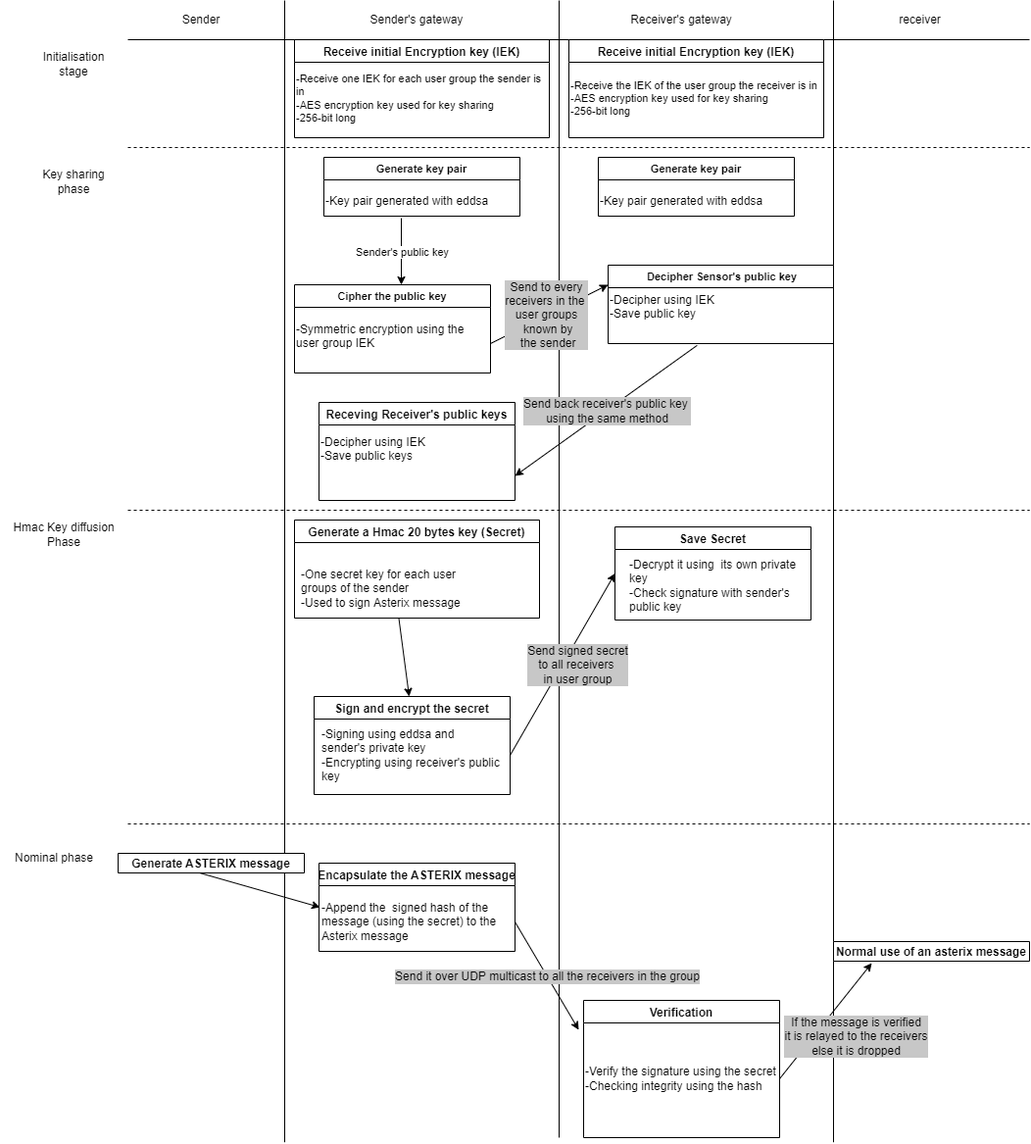
Above: schema/AsterixPOCschema.drawio.png in KirrimK/ASTERIX_cat0_sec_layer (draw.io), before the change. Source tidied: cells renumbered, new cells last; positions are measured from the earlier drawing's top-left corner, leaving out a move shared by most shapes.
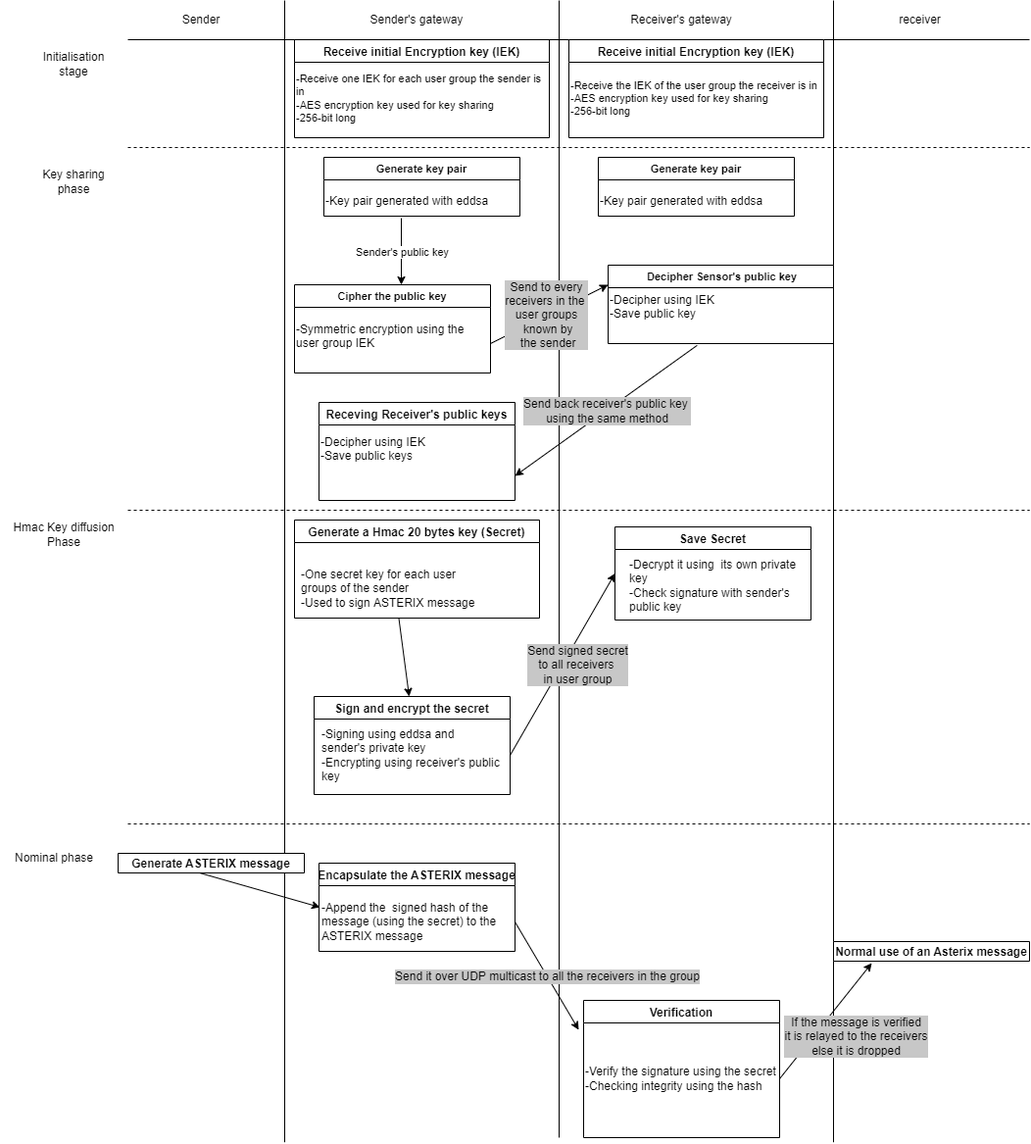
After the commit.

Change to the diagram source:
```diff
@@ -117,7 +117,7 @@
     <mxCell id="33" value="Generate a Hmac 20 bytes key (Secret)" style="swimlane;labelBackgroundColor=none;fontSize=12;" parent="1" vertex="1">
       <mxGeometry x="300" y="530" width="250" height="100" as="geometry" />
     </mxCell>
-    <mxCell id="34" value="&lt;div&gt;-One secret key for each user groups of the sender&lt;/div&gt;&lt;div&gt;-Used to sign Asterix message&lt;br&gt;&lt;/div&gt;" style="text;html=1;strokeColor=none;fillColor=none;align=left;verticalAlign=middle;whiteSpace=wrap;rounded=0;labelBackgroundColor=#FFFFFF;fontSize=12;" parent="33" vertex="1">
+    <mxCell id="34" value="&lt;div&gt;-One secret key for each user groups of the sender&lt;/div&gt;&lt;div&gt;-Used to sign ASTERIX message&lt;br&gt;&lt;/div&gt;" style="text;html=1;strokeColor=none;fillColor=none;align=left;verticalAlign=middle;whiteSpace=wrap;rounded=0;labelBackgroundColor=#FFFFFF;fontSize=12;" parent="33" vertex="1">
       <mxGeometry x="5" y="40" width="195" height="60" as="geometry" />
     </mxCell>
     <mxCell id="35" style="endArrow=classic;html=1;rounded=0;fontSize=12;" parent="1" edge="1" source="34">
@@ -165,7 +165,7 @@
     <mxCell id="46" value="Encapsulate the ASTERIX message" style="swimlane;labelBackgroundColor=none;fontSize=12;" parent="1" vertex="1">
       <mxGeometry x="325" y="880" width="200" height="90" as="geometry" />
     </mxCell>
-    <mxCell id="47" value="&lt;div&gt;-Append the&amp;nbsp; signed hash of the message (using the secret) to the Asterix message&lt;/div&gt;" style="text;html=1;strokeColor=none;fillColor=none;align=left;verticalAlign=middle;whiteSpace=wrap;rounded=0;labelBackgroundColor=#FFFFFF;fontSize=12;" parent="46" vertex="1">
+    <mxCell id="47" value="&lt;div&gt;-Append the&amp;nbsp; signed hash of the message (using the secret) to the ASTERIX message&lt;/div&gt;" style="text;html=1;strokeColor=none;fillColor=none;align=left;verticalAlign=middle;whiteSpace=wrap;rounded=0;labelBackgroundColor=#FFFFFF;fontSize=12;" parent="46" vertex="1">
       <mxGeometry x="1" y="30" width="199" height="60" as="geometry" />
     </mxCell>
     <mxCell id="48" style="endArrow=classic;html=1;rounded=0;fontSize=12;exitX=1;exitY=0.5;exitDx=0;exitDy=0;" parent="1" edge="1" source="47">
@@ -192,7 +192,7 @@
         <mxPoint x="31" y="15" as="offset" />
       </mxGeometry>
     </mxCell>
-    <mxCell id="54" value="Normal use of an asterix message" style="swimlane;labelBackgroundColor=none;fontSize=12;" parent="1" vertex="1">
+    <mxCell id="54" value="Normal use of an Asterix message" style="swimlane;labelBackgroundColor=none;fontSize=12;" parent="1" vertex="1">
       <mxGeometry x="850" y="960" width="200" height="20" as="geometry" />
     </mxCell>
     <mxCell id="55" value="Receive initial Encryption key (IEK)" style="swimlane;" parent="1" vertex="1">
```
